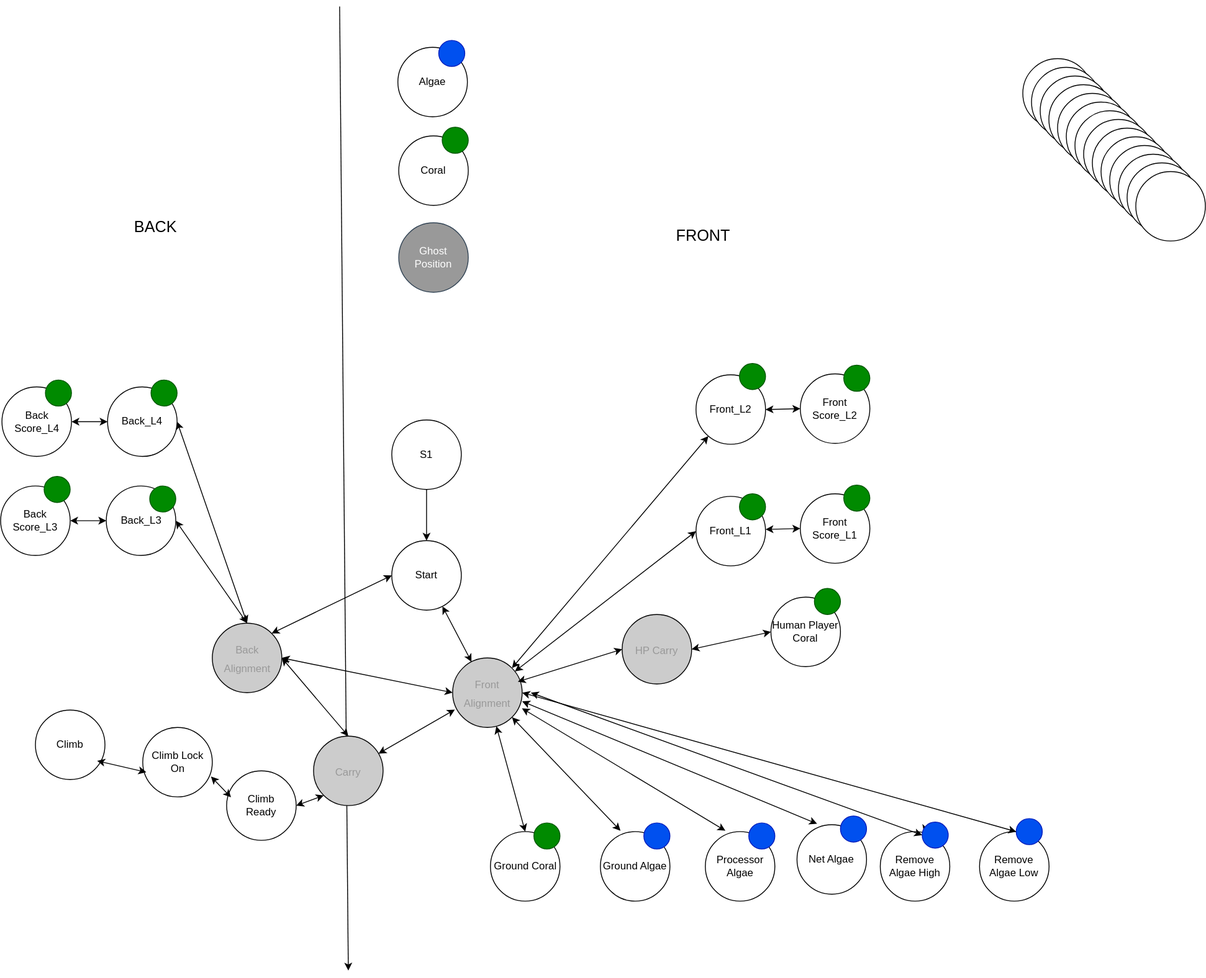
The draw.io diagram src/main/java/frc/robot/subsystems/ArmControl/ArmGraph.drawio.svg in RossRambotics/2025-ReefScape, before a commit. Source tidied: cells renumbered, new cells last; positions are measured from the earlier drawing's top-left corner, leaving out a move shared by most shapes.
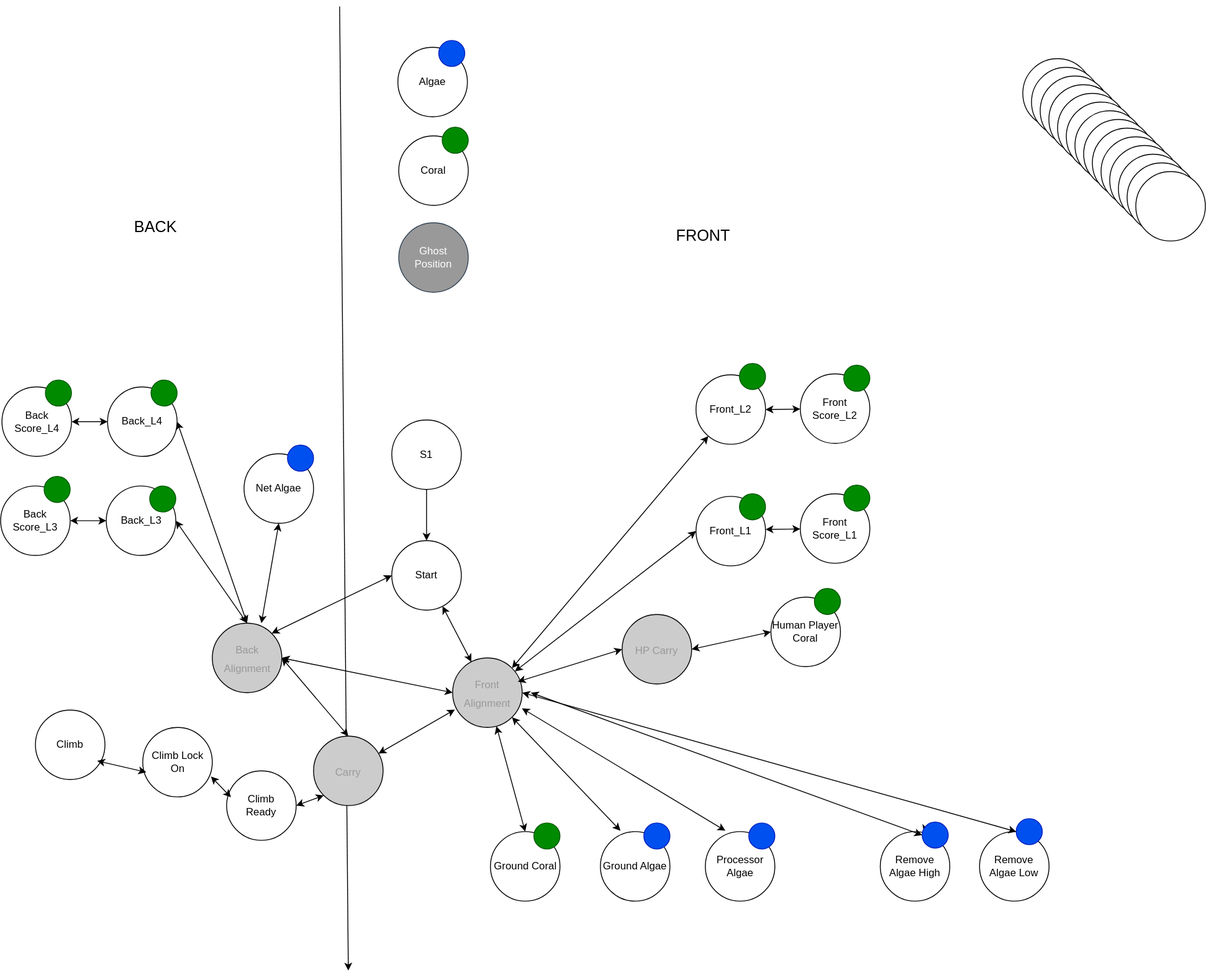
After the change.

The edit, as a diff of the source:
```diff
@@ -214,15 +214,13 @@
       <mxGeometry relative="1" as="geometry" />
     </mxCell>
     <mxCell id="70" value="&amp;nbsp;Net Algae" style="ellipse;whiteSpace=wrap;html=1;" parent="1" vertex="1">
-      <mxGeometry x="916.2" y="942" width="80" height="80" as="geometry" />
+      <mxGeometry x="280" y="515" width="80" height="80" as="geometry" />
     </mxCell>
     <mxCell id="71" style="ellipse;whiteSpace=wrap;html=1;fillColor=#0050ef;fontColor=#ffffff;strokeColor=#001DBC;" parent="1" vertex="1">
-      <mxGeometry x="966.2" y="932" width="30" height="30" as="geometry" />
+      <mxGeometry x="330" y="505" width="30" height="30" as="geometry" />
     </mxCell>
-    <mxCell id="72" style="edgeStyle=none;html=1;exitX=0.289;exitY=-0.013;exitDx=0;exitDy=0;fontSize=12;startArrow=classic;startFill=1;exitPerimeter=0;" parent="1" edge="1" source="70">
-      <mxGeometry relative="1" as="geometry">
-        <mxPoint x="600" y="800" as="targetPoint" />
-      </mxGeometry>
+    <mxCell id="72" style="edgeStyle=none;html=1;exitX=0.5;exitY=1;exitDx=0;exitDy=0;fontSize=12;startArrow=classic;startFill=1;entryX=0.706;entryY=0;entryDx=0;entryDy=0;entryPerimeter=0;" parent="1" edge="1" source="70" target="43">
+      <mxGeometry relative="1" as="geometry" />
     </mxCell>
     <mxCell id="73" style="edgeStyle=none;html=1;entryX=0.033;entryY=0.743;entryDx=0;entryDy=0;fontSize=12;startArrow=classic;startFill=1;entryPerimeter=0;" parent="1" edge="1" source="49" target="48">
       <mxGeometry relative="1" as="geometry" />
```
